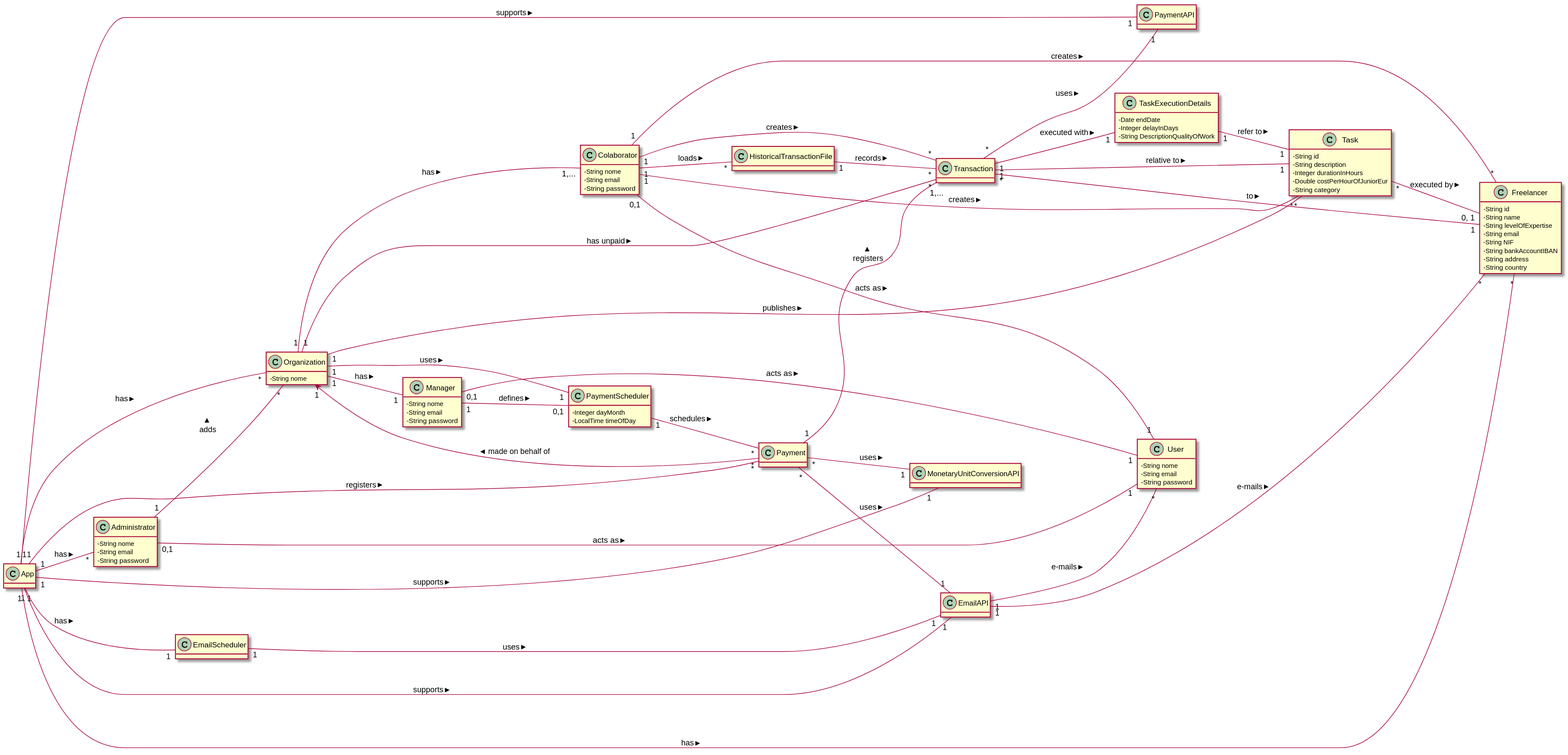
Above: docs/MD/MD.svg in botelho-io/lapr2-2020-g029 (PlantUML), before the change.
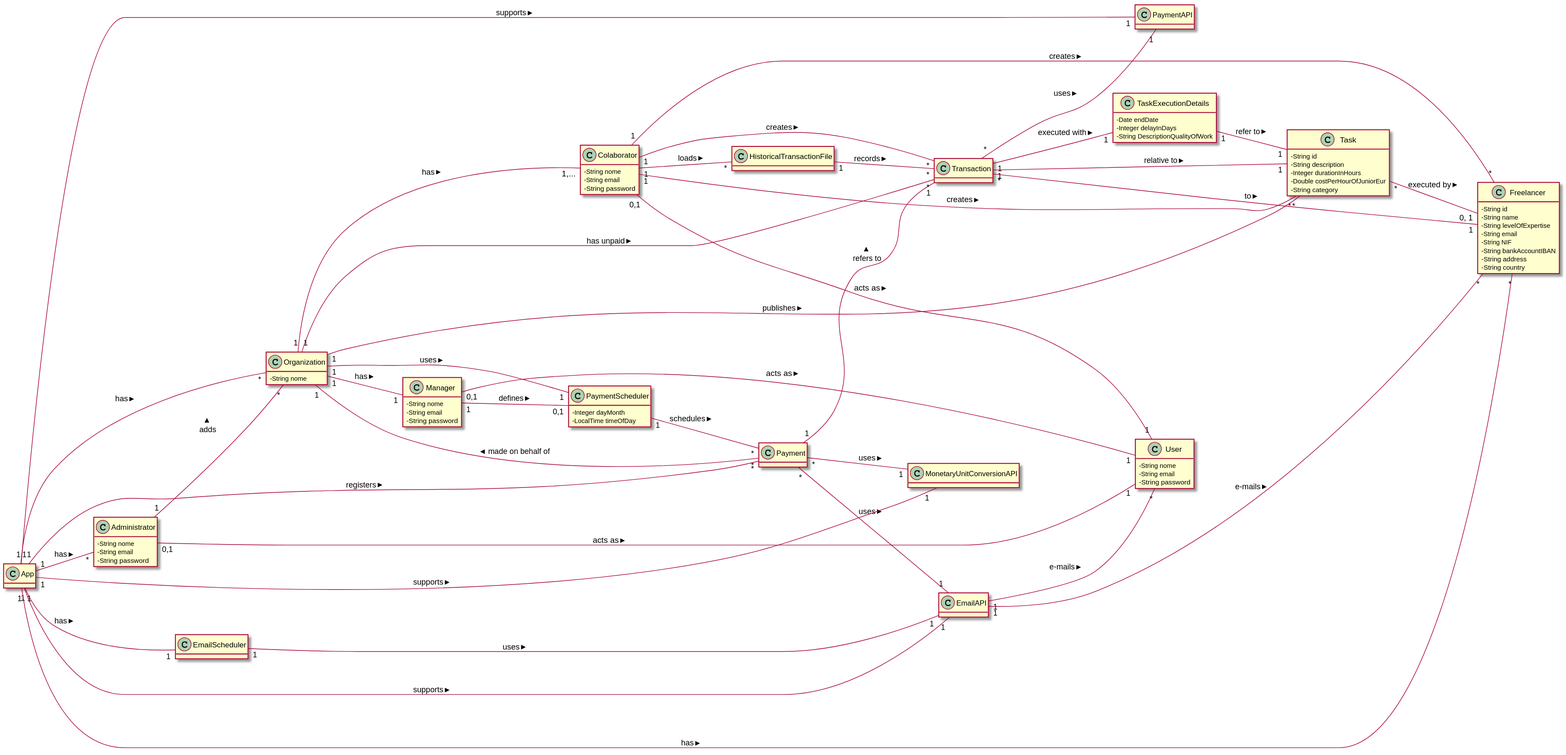
The same file after the commit.

The edit, as a diff of the source:
```diff
@@ -85,10 +85,10 @@
 Colaborator                "0,1" -- "1"      User                      : acts as >
 Manager                      "1" -- "0,1"    PaymentScheduler          : defines >
 Manager                    "0,1" -- "1"      User                      : acts as >
-Payment                      "1" -- "1,..."  Transaction               : registers >
+Payment                      "1" -- "1"      Transaction               : refers to >
 Payment                      "*" -- "1"      EmailAPI                  : uses >
 Payment                      "*" -- "1"      MonetaryUnitConversionAPI : uses >
-Payment                      "*" --> "1"     Organization              : made on behalf of >
+Payment                      "*" -- "1"     Organization              : made on behalf of >
 Transaction                  "1" -- "1"      Task                      : relative to >
 Transaction                  "1" -- "1"      TaskExecutionDetails      : executed with >
 Transaction                  "*" -- "1"      Freelancer                : to >
```
